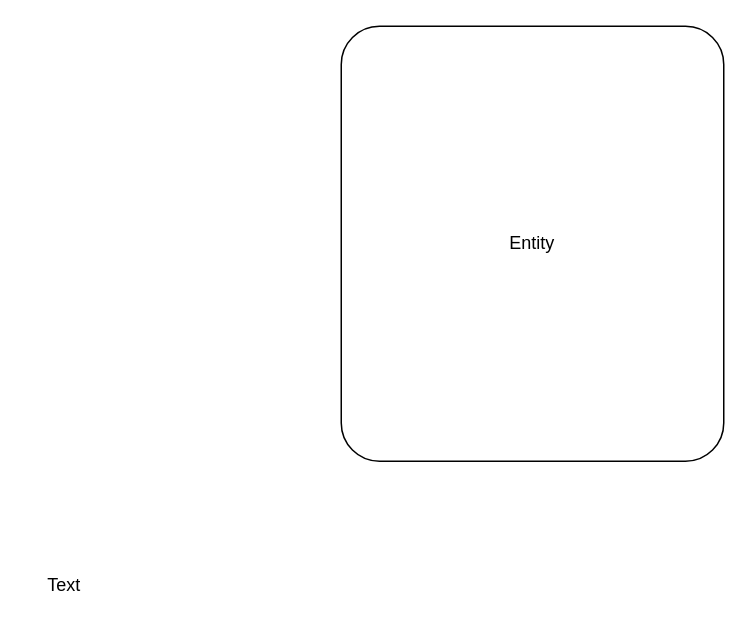
Before: Untitled Diagram.drawio in diego-karsa/Data-Management-Group-15, a draw.io diagram. Source tidied: cells renumbered, new cells numbered last; positions are measured from the earlier drawing's top-left corner, leaving out a move shared by most shapes. Both pictures are drawn from the tidied source at 150%, with x=0, y=0 at pixel (26, 26).
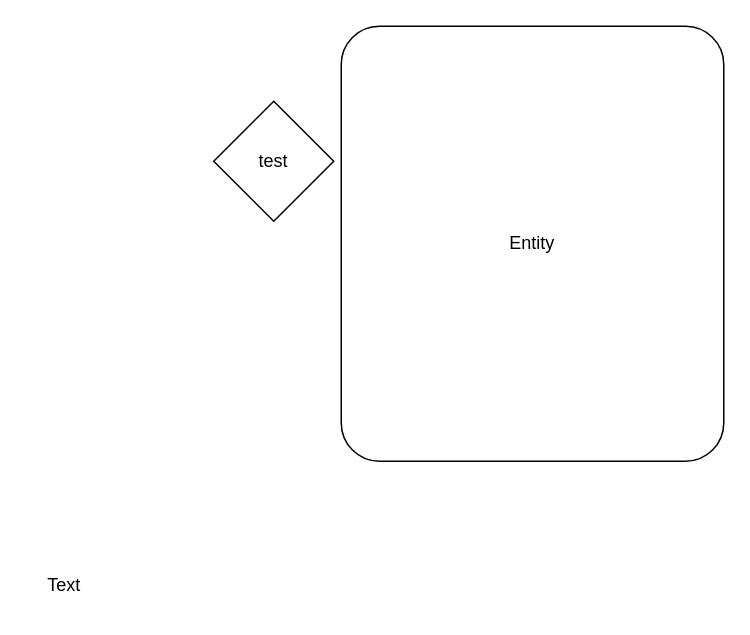
After the change.

What changed in the source:
```diff
@@
 <mxGraphModel>
   <root>
     <mxCell id="0" />
     <mxCell id="1" parent="0" />
+    <mxCell id="4" value="test" style="rhombus;whiteSpace=wrap;html=1;" parent="1" vertex="1">
+      <mxGeometry x="125" y="50" width="80" height="80" as="geometry" />
+    </mxCell>
     <mxCell id="2" value="Entity" style="rounded=1;arcSize=10;whiteSpace=wrap;html=1;align=center;" parent="1" vertex="1">
       <mxGeometry x="210" width="255" height="290" as="geometry" />
     </mxCell>
     <mxCell id="3" value="Text" style="text;html=1;align=center;verticalAlign=middle;strokeColor=none;fillColor=none;" parent="1" vertex="1">
       <mxGeometry y="358" width="50" height="30" as="geometry" />
     </mxCell>
   </root>
 </mxGraphModel>
```
